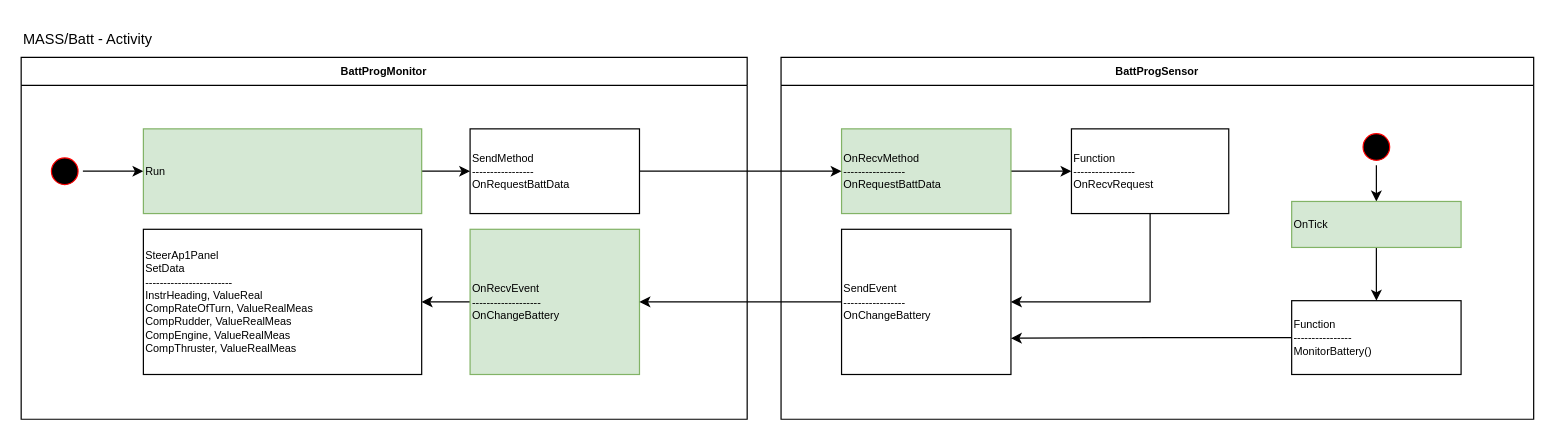
Earlier version of the draw.io diagram page "Batt" (3 of 8) of Schematics/MASS/MassSequenceModulesNetwork.drawio (open-mar/iostudio-modules). Source tidied: cells renumbered, new cells numbered last; positions are measured from the earlier drawing's top-left corner, leaving out a move shared by most shapes. Both pictures are drawn from the tidied source at 121%, with x=0, y=0 at pixel (21, 21).
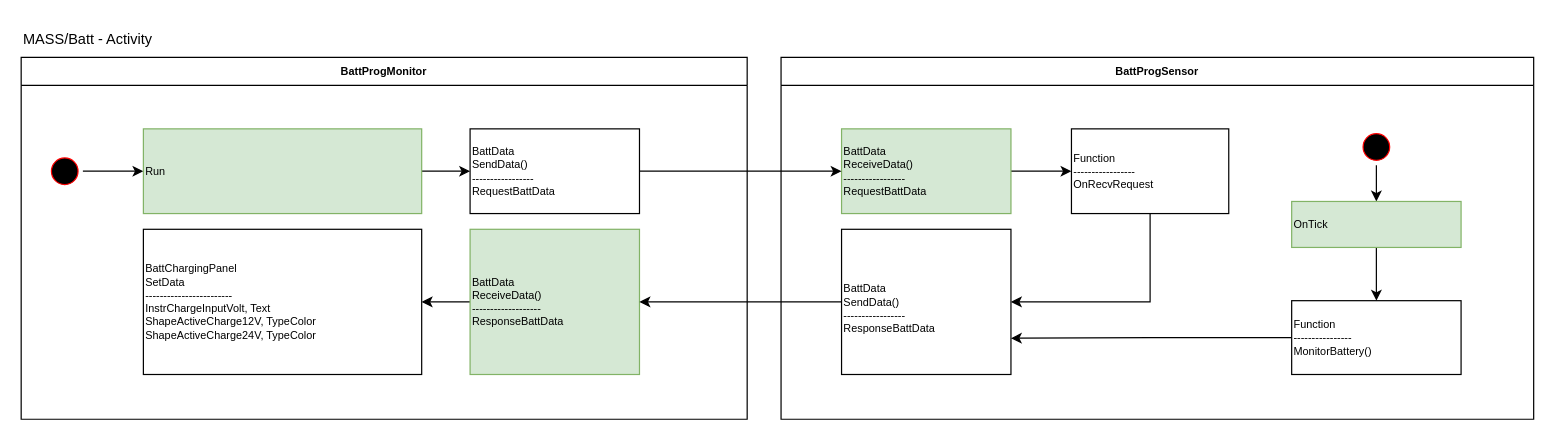
After the change.

The change refers to these unchanged cells:
```xml
<mxCell id="3" value="BattProgMonitor" style="swimlane;whiteSpace=wrap;fontSize=9;" parent="1" vertex="1">
  <mxGeometry y="30" width="600" height="299" as="geometry" />
</mxCell>
<mxCell id="12" value="BattProgSensor" style="swimlane;whiteSpace=wrap;fontSize=9;" parent="1" vertex="1">
  <mxGeometry x="628" y="30" width="622" height="299" as="geometry" />
</mxCell>
```

The edit, as a diff of the source:
```diff
@@
-    <mxCell id="7" value="OnRecvEvent&#10;-------------------&#10;OnChangeBattery" style="fontStyle=0;align=left;fillColor=#d5e8d4;strokeColor=#82b366;fontSize=9;" parent="3" vertex="1">
+    <mxCell id="7" value="BattData&#10;ReceiveData()&#10;-------------------&#10;ResponseBattData" style="fontStyle=0;align=left;fillColor=#d5e8d4;strokeColor=#82b366;fontSize=9;" parent="3" vertex="1">
       <mxGeometry x="371" y="142" width="140" height="120" as="geometry" />
     </mxCell>
-    <mxCell id="8" value="SteerAp1Panel&#10;SetData&#10;------------------------&#10;InstrHeading, ValueReal&#10;CompRateOfTurn, ValueRealMeas&#10;CompRudder, ValueRealMeas&#10;CompEngine, ValueRealMeas&#10;CompThruster, ValueRealMeas" style="align=left;fontSize=9;" parent="3" vertex="1">
+    <mxCell id="8" value="BattChargingPanel&#10;SetData&#10;------------------------&#10;InstrChargeInputVolt, Text&#10;ShapeActiveCharge12V, TypeColor&#10;ShapeActiveCharge24V, TypeColor" style="align=left;fontSize=9;" parent="3" vertex="1">
       <mxGeometry x="101" y="142" width="230" height="120" as="geometry" />
     </mxCell>
@@
-    <mxCell id="11" value="SendMethod&#10;-----------------&#10;OnRequestBattData" style="fontStyle=0;align=left;fontSize=9;" parent="3" vertex="1">
+    <mxCell id="11" value="BattData&#10;SendData()&#10;-----------------&#10;RequestBattData" style="fontStyle=0;align=left;fontSize=9;" parent="3" vertex="1">
       <mxGeometry x="371" y="59" width="140" height="70" as="geometry" />
     </mxCell>
@@
-    <mxCell id="14" value="OnRecvMethod&#10;-----------------&#10;OnRequestBattData" style="fontStyle=0;align=left;fillColor=#d5e8d4;strokeColor=#82b366;fontSize=9;" parent="12" vertex="1">
+    <mxCell id="14" value="BattData&#10;ReceiveData()&#10;-----------------&#10;RequestBattData" style="fontStyle=0;align=left;fillColor=#d5e8d4;strokeColor=#82b366;fontSize=9;" parent="12" vertex="1">
       <mxGeometry x="50" y="59" width="140" height="70" as="geometry" />
     </mxCell>
@@
-    <mxCell id="17" value="SendEvent&#10;-----------------&#10;OnChangeBattery" style="fontStyle=0;align=left;fontSize=9;" parent="12" vertex="1">
+    <mxCell id="17" value="&#10;BattData&#10;SendData()&#10;-----------------&#10;ResponseBattData" style="fontStyle=0;align=left;fontSize=9;" parent="12" vertex="1">
       <mxGeometry x="50" y="142" width="140" height="120" as="geometry" />
     </mxCell>
```
